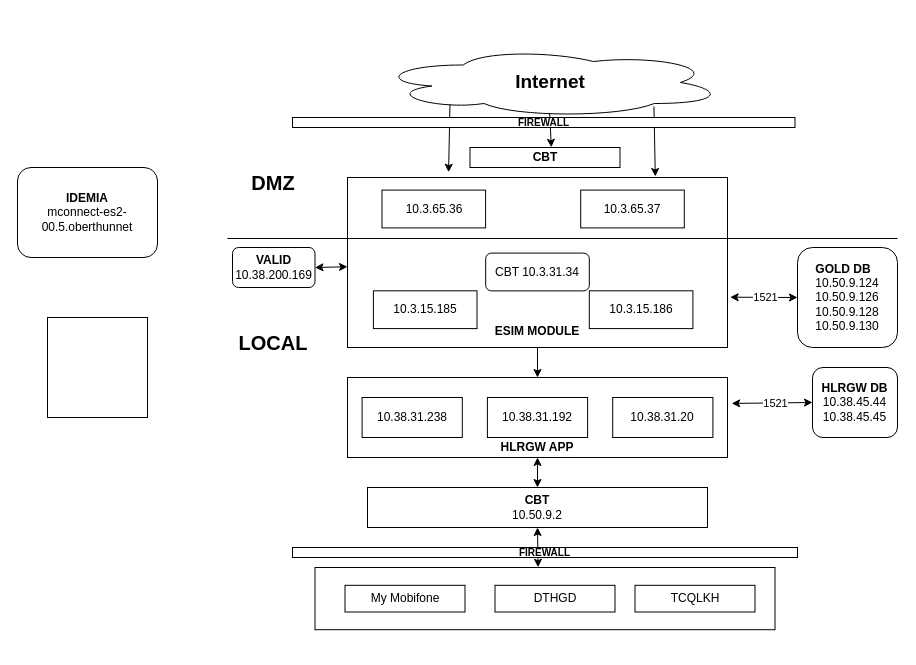
ducanhslvp/test keeps this draw.io diagram as Untitled Diagram.drawio. Above is the earlier version. Source tidied: cells renumbered, new cells numbered last; positions are measured from the earlier drawing's top-left corner, leaving out a move shared by most shapes. Both pictures are drawn from the tidied source at 100%, with x=0, y=0 at pixel (17, 47).
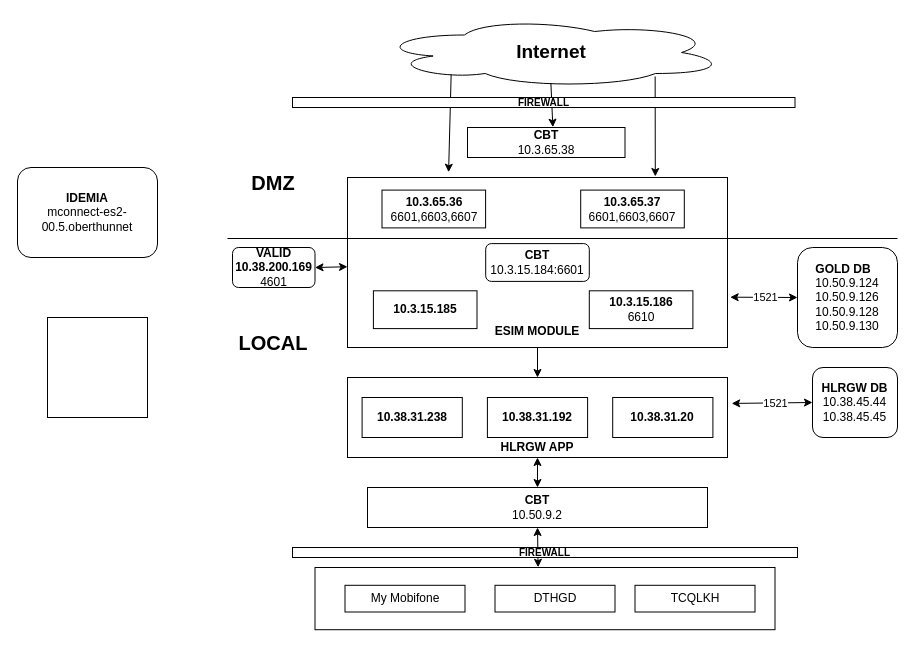
The same page after the edit.

The change refers to these unchanged cells:
```xml
<mxCell id="9" style="group;" parent="1" vertex="1">
  <mxGeometry x="330" y="330" width="380" height="80" as="geometry" />
</mxCell>
<mxCell id="31" style="group;" parent="1" vertex="1">
  <mxGeometry x="330" y="130" width="380" height="170" as="geometry" />
</mxCell>
```

The edit, as a diff of the source:
```diff
@@
-    <mxCell id="11" value="10.38.31.238" style="rounded=0;whiteSpace=wrap;html=1;" parent="9" vertex="1">
+    <mxCell id="11" value="&lt;b&gt;10.38.31.238&lt;/b&gt;" style="rounded=0;whiteSpace=wrap;html=1;" parent="9" vertex="1">
       <mxGeometry x="14.6" y="20" width="100.2" height="40" as="geometry" />
     </mxCell>
-    <mxCell id="12" value="10.38.31.192" style="rounded=0;whiteSpace=wrap;html=1;" parent="9" vertex="1">
+    <mxCell id="12" value="&lt;b&gt;10.38.31.192&lt;/b&gt;" style="rounded=0;whiteSpace=wrap;html=1;" parent="9" vertex="1">
       <mxGeometry x="139.9" y="20" width="100.2" height="40" as="geometry" />
     </mxCell>
-    <mxCell id="13" value="10.38.31.20" style="rounded=0;whiteSpace=wrap;html=1;" parent="9" vertex="1">
+    <mxCell id="13" value="&lt;b&gt;10.38.31.20&lt;/b&gt;" style="rounded=0;whiteSpace=wrap;html=1;" parent="9" vertex="1">
       <mxGeometry x="265.2" y="20" width="100.2" height="40" as="geometry" />
     </mxCell>
@@
-    <mxCell id="17" value="&lt;b&gt;CBT&lt;/b&gt;" style="rounded=0;whiteSpace=wrap;html=1;" parent="1" vertex="1">
-      <mxGeometry x="452.5" y="100" width="150" height="20" as="geometry" />
+    <mxCell id="17" value="&lt;b&gt;CBT&lt;/b&gt;&lt;br&gt;10.3.65.38" style="rounded=0;whiteSpace=wrap;html=1;" parent="1" vertex="1">
+      <mxGeometry x="450" y="80" width="157.5" height="30" as="geometry" />
     </mxCell>
     <mxCell id="18" style="group;" parent="1" vertex="1">
-      <mxGeometry x="348.8" width="357.5" height="70" as="geometry" />
+      <mxGeometry x="350" y="-30" width="357.5" height="70" as="geometry" />
     </mxCell>
@@
-    <mxCell id="33" value="10.3.65.36" style="rounded=0;whiteSpace=wrap;html=1;" parent="31" vertex="1">
+    <mxCell id="33" value="&lt;b&gt;10.3.65.36&lt;/b&gt;&lt;br&gt;6601,6603,6607" style="rounded=0;whiteSpace=wrap;html=1;" parent="31" vertex="1">
       <mxGeometry x="34.5" y="12.6" width="103.6" height="37.8" as="geometry" />
     </mxCell>
-    <mxCell id="34" value="10.3.65.37" style="rounded=0;whiteSpace=wrap;html=1;" parent="31" vertex="1">
+    <mxCell id="34" value="&lt;b&gt;10.3.65.37&lt;/b&gt;&lt;br&gt;6601,6603,6607" style="rounded=0;whiteSpace=wrap;html=1;" parent="31" vertex="1">
       <mxGeometry x="233.2" y="12.6" width="103.6" height="37.8" as="geometry" />
     </mxCell>
-    <mxCell id="35" value="CBT 10.3.31.34" style="rounded=1;whiteSpace=wrap;html=1;" parent="31" vertex="1">
-      <mxGeometry x="138.2" y="75.6" width="103.6" height="37.8" as="geometry" />
+    <mxCell id="35" value="&lt;b&gt;CBT&lt;/b&gt; 10.3.15.184:6601" style="rounded=1;whiteSpace=wrap;html=1;" parent="31" vertex="1">
+      <mxGeometry x="138.2" y="66.1" width="103.6" height="37.8" as="geometry" />
     </mxCell>
-    <mxCell id="36" value="10.3.15.185" style="rounded=0;whiteSpace=wrap;html=1;" parent="31" vertex="1">
+    <mxCell id="36" value="&lt;b&gt;10.3.15.185&lt;/b&gt;" style="rounded=0;whiteSpace=wrap;html=1;" parent="31" vertex="1">
       <mxGeometry x="25.9" y="113.3" width="103.6" height="37.8" as="geometry" />
     </mxCell>
-    <mxCell id="37" value="10.3.15.186" style="rounded=0;whiteSpace=wrap;html=1;" parent="31" vertex="1">
+    <mxCell id="37" value="&lt;b&gt;10.3.15.186&lt;/b&gt;&lt;br&gt;6610" style="rounded=0;whiteSpace=wrap;html=1;" parent="31" vertex="1">
       <mxGeometry x="241.8" y="113.3" width="103.6" height="37.8" as="geometry" />
     </mxCell>
@@
     <mxCell id="40" value="&lt;b&gt;&lt;font style=&quot;font-size: 10px;&quot;&gt;FIREWALL&lt;/font&gt;&lt;/b&gt;" style="rounded=0;whiteSpace=wrap;html=1;" parent="1" vertex="1">
-      <mxGeometry x="275" y="70" width="502.5" height="10" as="geometry" />
+      <mxGeometry x="275" y="50" width="502.5" height="10" as="geometry" />
     </mxCell>
@@
-    <mxCell id="43" value="&lt;b&gt;VALID&lt;/b&gt;&lt;br style=&quot;border-color: var(--border-color);&quot;&gt;10.38.200.169" style="rounded=1;whiteSpace=wrap;html=1;" parent="1" vertex="1">
+    <mxCell id="43" value="&lt;b&gt;VALID&lt;/b&gt;&lt;br style=&quot;border-color: var(--border-color);&quot;&gt;&lt;b&gt;10.38.200.169&lt;/b&gt;&lt;br&gt;4601" style="rounded=1;whiteSpace=wrap;html=1;" parent="1" vertex="1">
       <mxGeometry x="215" y="200" width="82.5" height="40" as="geometry" />
     </mxCell>
```
